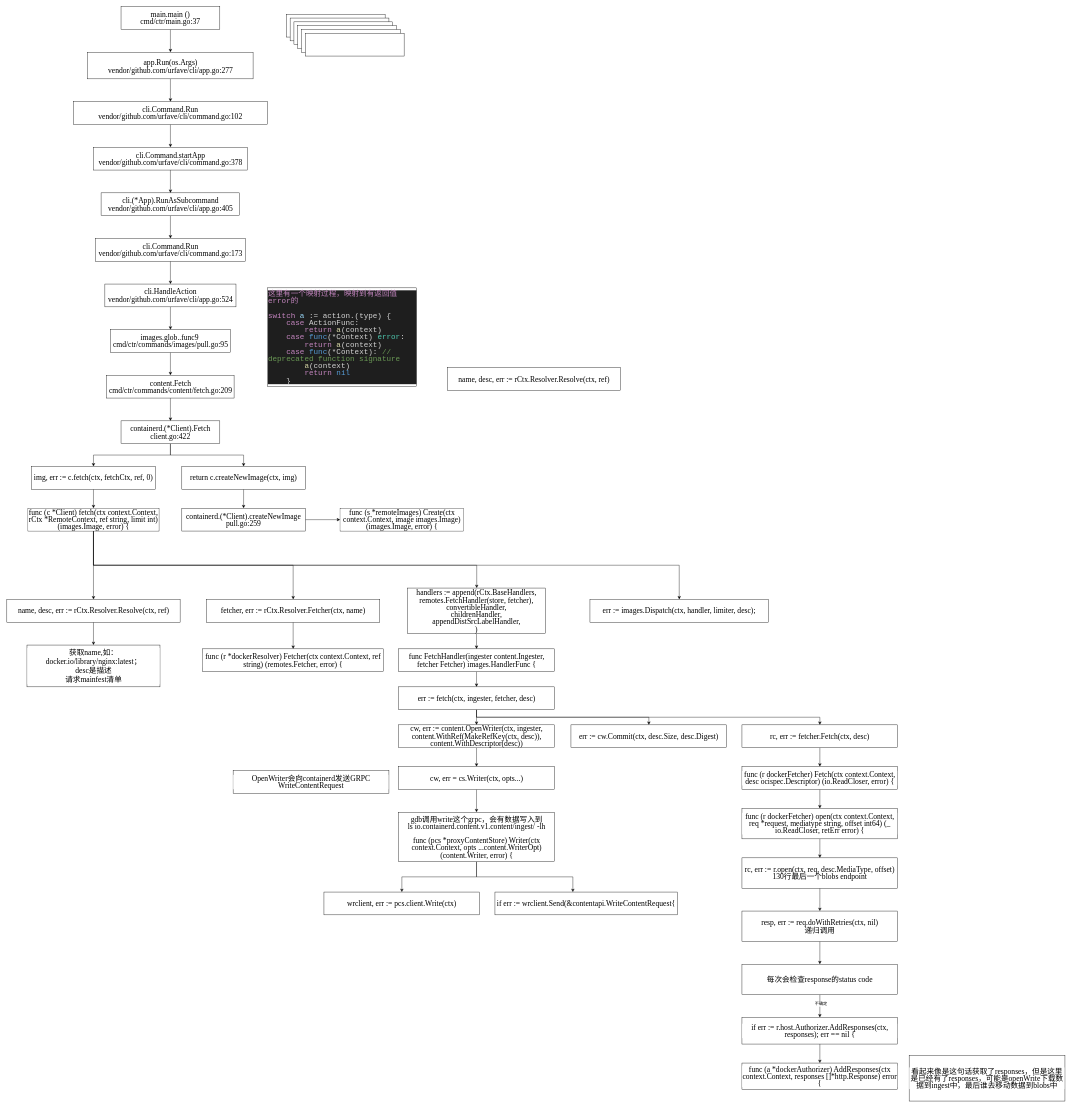
Earlier version of the draw.io diagram page "containerd" (1 of 4) of Ceph Librbd PWL .drawio (CongMinYin/flow). Source tidied: cells renumbered, new cells numbered last; positions are measured from the earlier drawing's top-left corner, leaving out a move shared by most shapes. Both pictures are drawn from the tidied source at 38%, with x=0, y=0 at pixel (7, 6).
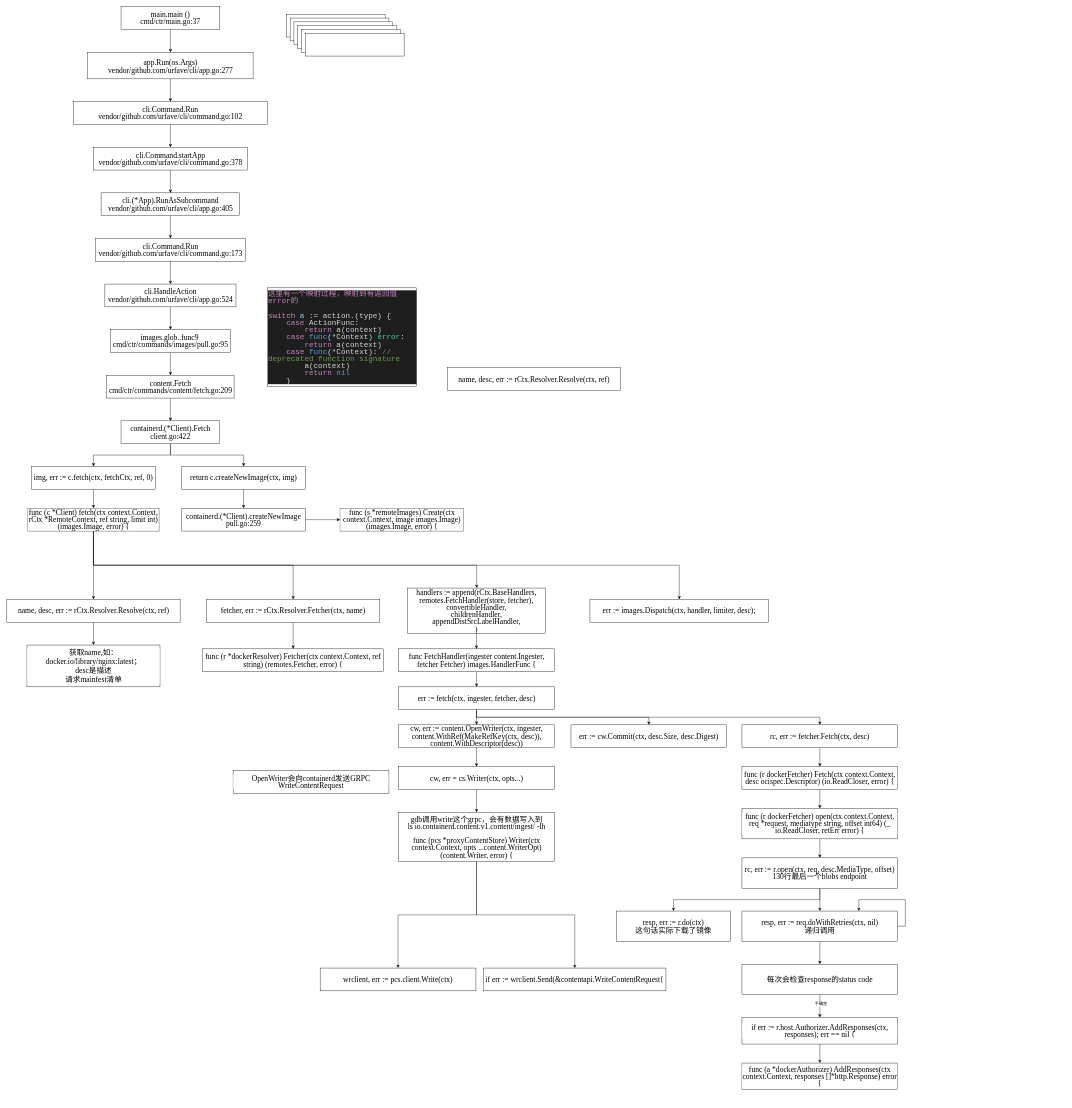
After the change.

Unchanged cells that the change refers to:
```xml
<mxCell id="63" value="&lt;div style=&quot;line-height: 19px;&quot;&gt;gdb调用write这个grpc，会有数据写入到&lt;/div&gt;&lt;div style=&quot;line-height: 19px;&quot;&gt;ls io.containerd.content.v1.content/ingest/ -lh&lt;/div&gt;&lt;div style=&quot;line-height: 19px;&quot;&gt;&lt;br&gt;&lt;/div&gt;&lt;div style=&quot;line-height: 19px;&quot;&gt;func (pcs *proxyContentStore) Writer(ctx context.Context, opts ...content.WriterOpt) (content.Writer, error) {&lt;br&gt;&lt;/div&gt;" style="rounded=0;whiteSpace=wrap;html=1;labelBackgroundColor=default;fontColor=#000000;fontFamily=Times New Roman;fontSize=20;" parent="1" vertex="1">
  <mxGeometry x="1030.5" y="2120" width="410" height="130" as="geometry" />
</mxCell>
<mxCell id="75" value="&lt;div style=&quot;line-height: 19px;&quot;&gt;rc, err := r.open(ctx, req, desc.MediaType, offset)&lt;br&gt;&lt;/div&gt;&lt;div style=&quot;line-height: 19px;&quot;&gt;130行最后一个blobs endpoint&lt;/div&gt;" style="rounded=0;whiteSpace=wrap;html=1;labelBackgroundColor=default;fontColor=#000000;fontFamily=Times New Roman;fontSize=20;" parent="1" vertex="1">
  <mxGeometry x="1934" y="2240" width="410" height="80" as="geometry" />
</mxCell>
<mxCell id="77" value="&lt;div style=&quot;line-height: 19px;&quot;&gt;resp, err := req.doWithRetries(ctx, nil)&lt;br&gt;&lt;/div&gt;&lt;div style=&quot;line-height: 19px;&quot;&gt;递归调用&lt;/div&gt;" style="rounded=0;whiteSpace=wrap;html=1;labelBackgroundColor=default;fontColor=#000000;fontFamily=Times New Roman;fontSize=20;" parent="1" vertex="1">
  <mxGeometry x="1934" y="2380" width="410" height="80" as="geometry" />
</mxCell>
```

What changed in the source:
```diff
@@
+    <mxCell id="62" style="edgeStyle=orthogonalEdgeStyle;rounded=0;jettySize=auto;html=1;exitX=0.5;exitY=1;exitDx=0;exitDy=0;fontSize=18;" parent="1" edge="1" source="63" target="65">
+      <mxGeometry relative="1" as="geometry" />
+    </mxCell>
     <mxCell id="61" style="edgeStyle=orthogonalEdgeStyle;rounded=0;jettySize=auto;html=1;exitX=0.5;exitY=1;exitDx=0;exitDy=0;fontSize=18;" parent="1" edge="1" source="63" target="64">
-      <mxGeometry relative="1" as="geometry">
-        <Array as="points">
-          <mxPoint x="1236" y="2290" />
-          <mxPoint x="1489" y="2290" />
-        </Array>
-      </mxGeometry>
+      <mxGeometry relative="1" as="geometry" />
     </mxCell>
-    <mxCell id="62" style="edgeStyle=orthogonalEdgeStyle;rounded=0;jettySize=auto;html=1;exitX=0.5;exitY=1;exitDx=0;exitDy=0;entryX=0.5;entryY=0;entryDx=0;entryDy=0;fontSize=18;" parent="1" edge="1" source="63" target="65">
-      <mxGeometry relative="1" as="geometry" />
-    </mxCell>
@@
     <mxCell id="64" value="&lt;div style=&quot;line-height: 19px;&quot;&gt;if err := wrclient.Send(&amp;amp;contentapi.WriteContentRequest{&lt;br&gt;&lt;/div&gt;" style="rounded=0;whiteSpace=wrap;html=1;labelBackgroundColor=default;fontColor=#000000;fontFamily=Times New Roman;fontSize=20;" parent="1" vertex="1">
-      <mxGeometry x="1284" y="2330" width="480" height="60" as="geometry" />
+      <mxGeometry x="1254" y="2530" width="480" height="60" as="geometry" />
     </mxCell>
     <mxCell id="65" value="&lt;div style=&quot;line-height: 19px;&quot;&gt;wrclient, err := pcs.client.Write(ctx)&lt;br&gt;&lt;/div&gt;" style="rounded=0;whiteSpace=wrap;html=1;labelBackgroundColor=default;fontColor=#000000;fontFamily=Times New Roman;fontSize=20;" parent="1" vertex="1">
-      <mxGeometry x="834" y="2330" width="410" height="60" as="geometry" />
+      <mxGeometry x="824" y="2530" width="410" height="60" as="geometry" />
     </mxCell>
@@
+    <mxCell id="86" style="edgeStyle=orthogonalEdgeStyle;rounded=0;jettySize=auto;html=1;exitX=0.5;exitY=1;exitDx=0;exitDy=0;entryX=0.5;entryY=0;entryDx=0;entryDy=0;fontSize=18;" parent="1" edge="1" source="75" target="87">
+      <mxGeometry relative="1" as="geometry" />
+    </mxCell>
@@
-    <mxCell id="83" value="&lt;div style=&quot;line-height: 19px;&quot;&gt;看起来像是这句话获取了responses，但是这里是已经有了responses，可能是openWrite下载数据到ingest中，最后谁去移动数据到blobs中&lt;/div&gt;" style="rounded=0;whiteSpace=wrap;html=1;labelBackgroundColor=default;fontColor=#000000;fontFamily=Times New Roman;fontSize=20;" parent="1" vertex="1">
-      <mxGeometry x="2374" y="2760" width="410" height="120" as="geometry" />
-    </mxCell>
@@
+    <mxCell id="87" value="&lt;div style=&quot;line-height: 19px;&quot;&gt;resp, err := r.do(ctx)&lt;br&gt;&lt;/div&gt;&lt;div style=&quot;line-height: 19px;&quot;&gt;这句话实际下载了镜像&lt;/div&gt;" style="rounded=0;whiteSpace=wrap;html=1;labelBackgroundColor=default;fontColor=#000000;fontFamily=Times New Roman;fontSize=20;" parent="1" vertex="1">
+      <mxGeometry x="1604" y="2380" width="300" height="80" as="geometry" />
+    </mxCell>
+    <mxCell id="88" style="edgeStyle=orthogonalEdgeStyle;rounded=0;orthogonalLoop=1;jettySize=auto;html=1;exitX=1;exitY=0.5;exitDx=0;exitDy=0;entryX=0.75;entryY=0;entryDx=0;entryDy=0;fontSize=18;" parent="1" edge="1" source="77" target="77">
+      <mxGeometry relative="1" as="geometry">
+        <Array as="points">
+          <mxPoint x="2364" y="2420" />
+          <mxPoint x="2364" y="2350" />
+          <mxPoint x="2242" y="2350" />
+        </Array>
+      </mxGeometry>
+    </mxCell>
```
